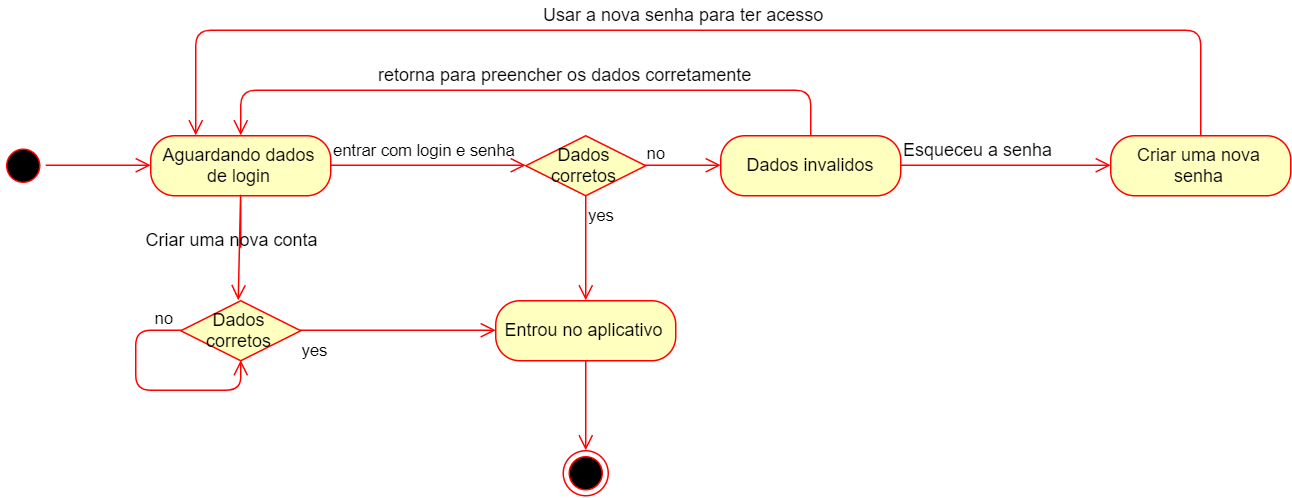
This is DiagramaEstado(Login).png from liankapp/projeto_quest, a draw.io export, as it was before one commit. Source tidied: cells renumbered, new cells last; positions are measured from the earlier drawing's top-left corner, leaving out a move shared by most shapes.
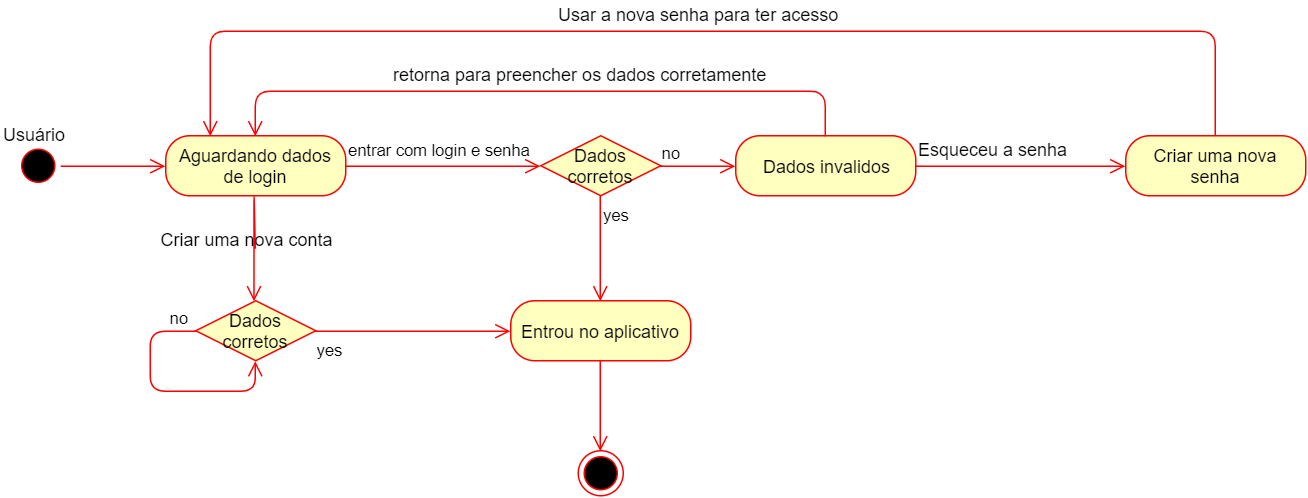
Later version of the same file.

Commit message:
Diagrama de Estado(Login e Cadastro)

The edit, as a diff of the source:
```diff
@@ -2,25 +2,25 @@
   <root>
     <mxCell id="0" />
     <mxCell id="1" parent="0" />
-    <mxCell id="2" style="ellipse;html=1;shape=startState;fillColor=#000000;strokeColor=#ff0000;" parent="1" vertex="1">
-      <mxGeometry y="95" width="30" height="30" as="geometry" />
-    </mxCell>
-    <mxCell id="3" style="edgeStyle=orthogonalEdgeStyle;html=1;verticalAlign=bottom;endArrow=open;endSize=8;strokeColor=#ff0000;entryX=0;entryY=0.5;entryDx=0;entryDy=0;" parent="1" edge="1" source="2" target="4">
-      <mxGeometry relative="1" as="geometry" />
-    </mxCell>
+    <mxCell id="26" style="ellipse;html=1;shape=startState;fillColor=#000000;strokeColor=#ff0000;" parent="1" vertex="1">
+      <mxGeometry y="95" width="30" height="30" as="geometry" />
+    </mxCell>
+    <mxCell id="27" style="edgeStyle=orthogonalEdgeStyle;html=1;verticalAlign=bottom;endArrow=open;endSize=8;strokeColor=#ff0000;entryX=0;entryY=0.5;entryDx=0;entryDy=0;" parent="1" edge="1" source="26" target="4">
+      <mxGeometry relative="1" as="geometry" />
+    </mxCell>
     <mxCell id="4" value="Aguardando dados de login" style="rounded=1;whiteSpace=wrap;html=1;arcSize=40;fontColor=#000000;fillColor=#ffffc0;strokeColor=#ff0000;" parent="1" vertex="1">
       <mxGeometry x="100" y="90" width="120" height="40" as="geometry" />
     </mxCell>
-    <mxCell id="5" style="edgeStyle=orthogonalEdgeStyle;html=1;verticalAlign=bottom;endArrow=open;endSize=8;strokeColor=#ff0000;entryX=0;entryY=0.5;entryDx=0;entryDy=0;" parent="1" edge="1" source="4" target="6">
-      <mxGeometry relative="1" as="geometry" />
-    </mxCell>
-    <mxCell id="6" value="Dados corretos" style="rhombus;whiteSpace=wrap;html=1;fillColor=#ffffc0;strokeColor=#ff0000;" parent="1" vertex="1">
-      <mxGeometry x="350" y="90" width="80" height="40" as="geometry" />
-    </mxCell>
+    <mxCell id="28" style="edgeStyle=orthogonalEdgeStyle;html=1;verticalAlign=bottom;endArrow=open;endSize=8;strokeColor=#ff0000;entryX=0;entryY=0.5;entryDx=0;entryDy=0;" parent="1" edge="1" source="4" target="29">
+      <mxGeometry relative="1" as="geometry" />
+    </mxCell>
+    <mxCell id="29" value="Dados corretos" style="rhombus;whiteSpace=wrap;html=1;fillColor=#ffffc0;strokeColor=#ff0000;" parent="1" vertex="1">
+      <mxGeometry x="350" y="90" width="80" height="40" as="geometry" />
+    </mxCell>
-    <mxCell id="7" value="no" style="edgeStyle=orthogonalEdgeStyle;html=1;align=left;verticalAlign=bottom;endArrow=open;endSize=8;strokeColor=#ff0000;entryX=0;entryY=0.5;entryDx=0;entryDy=0;" parent="1" edge="1" source="6" target="9">
+    <mxCell id="7" value="no" style="edgeStyle=orthogonalEdgeStyle;html=1;align=left;verticalAlign=bottom;endArrow=open;endSize=8;strokeColor=#ff0000;entryX=0;entryY=0.5;entryDx=0;entryDy=0;" parent="1" edge="1" source="29" target="9">
       <mxGeometry x="-1" relative="1" as="geometry" />
     </mxCell>
-    <mxCell id="8" value="yes" style="edgeStyle=orthogonalEdgeStyle;html=1;align=left;verticalAlign=top;endArrow=open;endSize=8;strokeColor=#ff0000;entryX=0.5;entryY=0;entryDx=0;entryDy=0;" parent="1" edge="1" source="6" target="12">
+    <mxCell id="8" value="yes" style="edgeStyle=orthogonalEdgeStyle;html=1;align=left;verticalAlign=top;endArrow=open;endSize=8;strokeColor=#ff0000;entryX=0.5;entryY=0;entryDx=0;entryDy=0;" parent="1" edge="1" source="29" target="12">
       <mxGeometry x="-1" relative="1" as="geometry">
         <Array as="points">
           <mxPoint x="390" y="190" />
@@ -45,41 +45,41 @@
     <mxCell id="12" value="Entrou no aplicativo" style="rounded=1;whiteSpace=wrap;html=1;arcSize=40;fontColor=#000000;fillColor=#ffffc0;strokeColor=#ff0000;" parent="1" vertex="1">
       <mxGeometry x="330" y="200" width="120" height="40" as="geometry" />
     </mxCell>
-    <mxCell id="13" style="edgeStyle=orthogonalEdgeStyle;html=1;verticalAlign=bottom;endArrow=open;endSize=8;strokeColor=#ff0000;entryX=0.5;entryY=0;entryDx=0;entryDy=0;" parent="1" edge="1" source="12" target="14">
-      <mxGeometry relative="1" as="geometry" />
-    </mxCell>
-    <mxCell id="14" style="ellipse;html=1;shape=endState;fillColor=#000000;strokeColor=#ff0000;" parent="1" vertex="1">
-      <mxGeometry x="375" y="300" width="30" height="30" as="geometry" />
-    </mxCell>
-    <mxCell id="15" style="edgeStyle=orthogonalEdgeStyle;html=1;verticalAlign=bottom;endArrow=open;endSize=8;strokeColor=#ff0000;" parent="1" edge="1">
-      <mxGeometry relative="1" as="geometry">
-        <mxPoint x="159.5" y="165" as="sourcePoint" />
-        <mxPoint x="159" y="200" as="targetPoint" />
-        <Array as="points">
-          <mxPoint x="159.5" y="125" />
-          <mxPoint x="159.5" y="125" />
-        </Array>
-      </mxGeometry>
-    </mxCell>
-    <mxCell id="16" style="edgeStyle=orthogonalEdgeStyle;html=1;verticalAlign=bottom;endArrow=open;endSize=8;strokeColor=#ff0000;exitX=1;exitY=0.5;exitDx=0;exitDy=0;" parent="1" edge="1" source="9">
-      <mxGeometry relative="1" as="geometry">
-        <mxPoint x="740" y="110" as="targetPoint" />
-        <Array as="points">
-          <mxPoint x="670" y="110" />
-          <mxPoint x="670" y="110" />
-        </Array>
-      </mxGeometry>
-    </mxCell>
+    <mxCell id="30" style="edgeStyle=orthogonalEdgeStyle;html=1;verticalAlign=bottom;endArrow=open;endSize=8;strokeColor=#ff0000;entryX=0.5;entryY=0;entryDx=0;entryDy=0;" parent="1" edge="1" source="12" target="31">
+      <mxGeometry relative="1" as="geometry" />
+    </mxCell>
+    <mxCell id="31" style="ellipse;html=1;shape=endState;fillColor=#000000;strokeColor=#ff0000;" parent="1" vertex="1">
+      <mxGeometry x="375" y="300" width="30" height="30" as="geometry" />
+    </mxCell>
+    <mxCell id="32" style="edgeStyle=orthogonalEdgeStyle;html=1;verticalAlign=bottom;endArrow=open;endSize=8;strokeColor=#ff0000;" parent="1" edge="1">
+      <mxGeometry relative="1" as="geometry">
+        <mxPoint x="159.5" y="165" as="sourcePoint" />
+        <mxPoint x="159" y="200" as="targetPoint" />
+        <Array as="points">
+          <mxPoint x="159.5" y="125" />
+          <mxPoint x="159.5" y="125" />
+        </Array>
+      </mxGeometry>
+    </mxCell>
+    <mxCell id="33" style="edgeStyle=orthogonalEdgeStyle;html=1;verticalAlign=bottom;endArrow=open;endSize=8;strokeColor=#ff0000;exitX=1;exitY=0.5;exitDx=0;exitDy=0;" parent="1" edge="1" source="9">
+      <mxGeometry relative="1" as="geometry">
+        <mxPoint x="740" y="110" as="targetPoint" />
+        <Array as="points">
+          <mxPoint x="670" y="110" />
+          <mxPoint x="670" y="110" />
+        </Array>
+      </mxGeometry>
+    </mxCell>
     <mxCell id="17" value="Criar uma nova conta" style="text;html=1;align=left;verticalAlign=top;spacingTop=-4;" parent="1" vertex="1">
       <mxGeometry x="95" y="150" width="130" height="20" as="geometry" />
     </mxCell>
     <mxCell id="18" value="&lt;font style=&quot;font-size: 11px&quot;&gt;entrar com login e senha&lt;/font&gt;" style="text;html=1;align=left;verticalAlign=top;spacingTop=-4;" parent="1" vertex="1">
       <mxGeometry x="220" y="90" width="140" height="20" as="geometry" />
     </mxCell>
-    <mxCell id="19" value="Dados corretos" style="rhombus;whiteSpace=wrap;html=1;fillColor=#ffffc0;strokeColor=#ff0000;" parent="1" vertex="1">
-      <mxGeometry x="120" y="200" width="80" height="40" as="geometry" />
-    </mxCell>
+    <mxCell id="34" value="Dados corretos" style="rhombus;whiteSpace=wrap;html=1;fillColor=#ffffc0;strokeColor=#ff0000;" parent="1" vertex="1">
+      <mxGeometry x="120" y="200" width="80" height="40" as="geometry" />
+    </mxCell>
-    <mxCell id="20" value="no" style="edgeStyle=orthogonalEdgeStyle;html=1;align=left;verticalAlign=bottom;endArrow=open;endSize=8;strokeColor=#ff0000;entryX=0.5;entryY=1;entryDx=0;entryDy=0;" parent="1" edge="1" source="19" target="19">
+    <mxCell id="20" value="no" style="edgeStyle=orthogonalEdgeStyle;html=1;align=left;verticalAlign=bottom;endArrow=open;endSize=8;strokeColor=#ff0000;entryX=0.5;entryY=1;entryDx=0;entryDy=0;" parent="1" edge="1" source="34" target="34">
       <mxGeometry x="-0.75" relative="1" as="geometry">
         <Array as="points">
           <mxPoint x="90" y="220" />
@@ -88,7 +88,7 @@
         </Array>
       </mxGeometry>
     </mxCell>
-    <mxCell id="21" value="yes" style="edgeStyle=orthogonalEdgeStyle;html=1;align=left;verticalAlign=top;endArrow=open;endSize=8;strokeColor=#ff0000;entryX=0;entryY=0.5;entryDx=0;entryDy=0;" parent="1" edge="1" source="19" target="12">
+    <mxCell id="21" value="yes" style="edgeStyle=orthogonalEdgeStyle;html=1;align=left;verticalAlign=top;endArrow=open;endSize=8;strokeColor=#ff0000;entryX=0;entryY=0.5;entryDx=0;entryDy=0;" parent="1" edge="1" source="34" target="12">
       <mxGeometry x="-1" relative="1" as="geometry" />
     </mxCell>
     <mxCell id="22" value="Esqueceu a senha" style="text;html=1;align=left;verticalAlign=top;spacingTop=-4;" parent="1" vertex="1">
@@ -108,5 +108,8 @@
     <mxCell id="25" value="Usar a nova senha para ter acesso&amp;nbsp;" style="text;html=1;align=left;verticalAlign=top;spacingTop=-4;" parent="1" vertex="1">
       <mxGeometry x="360" width="210" height="20" as="geometry" />
     </mxCell>
+    <mxCell id="35" value="Usuário" style="text;html=1;align=left;verticalAlign=top;spacingTop=-4;" parent="1" vertex="1">
+      <mxGeometry x="-10" y="80" width="60" height="20" as="geometry" />
+    </mxCell>
   </root>
 </mxGraphModel>
```
